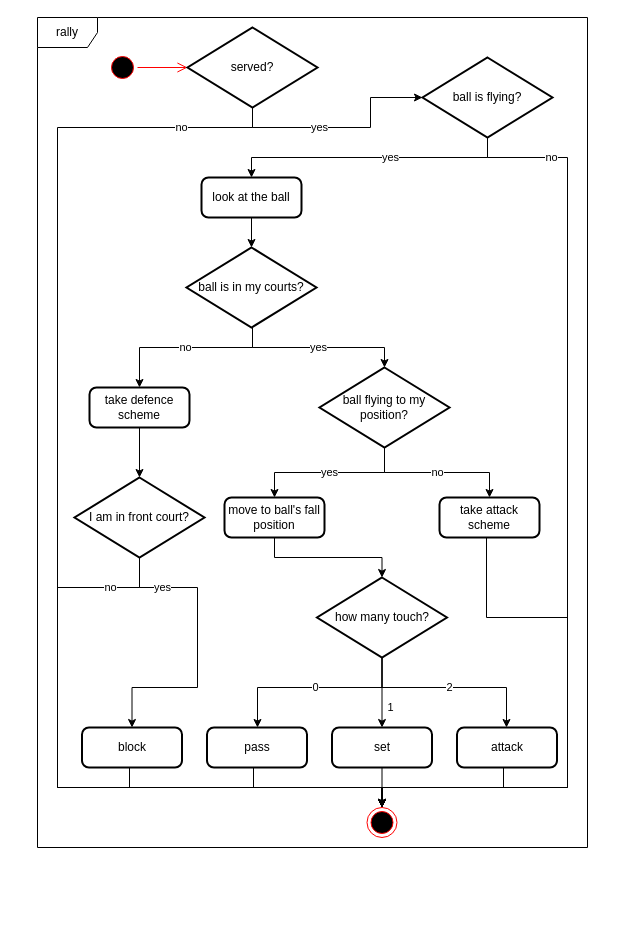
The draw.io diagram Project/Documentation/Diagrams/rally.drawio in mikymaione/Folie, before the edit. Source tidied: cells renumbered, new cells numbered last; positions are measured from the earlier drawing's top-left corner, leaving out a move shared by most shapes. Both pictures are drawn from the tidied source at 100%, with x=0, y=0 at pixel (37, 17).
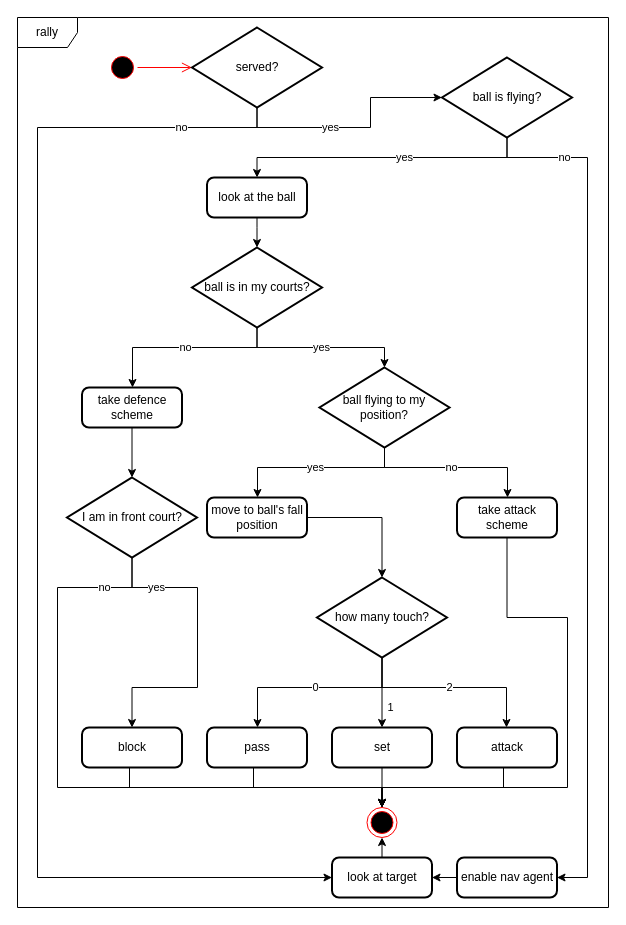
The same diagram, later.

The change refers to these unchanged cells:
```xml
<mxCell id="3" value="ball flying to my position?" style="strokeWidth=2;html=1;shape=mxgraph.flowchart.decision;whiteSpace=wrap;" parent="1" vertex="1">
  <mxGeometry x="282" y="350" width="130" height="80" as="geometry" />
</mxCell>
<mxCell id="22" value="block" style="rounded=1;whiteSpace=wrap;html=1;absoluteArcSize=1;arcSize=14;strokeWidth=2;" parent="1" vertex="1">
  <mxGeometry x="44.5" y="710" width="100" height="40" as="geometry" />
</mxCell>
<mxCell id="40" style="ellipse;html=1;shape=endState;fillColor=#000000;strokeColor=#ff0000;" parent="1" vertex="1">
  <mxGeometry x="329.5" y="790" width="30" height="30" as="geometry" />
</mxCell>
```

The edit, as a diff of the source:
```diff
@@
     <mxCell id="2" value="rally" style="shape=umlFrame;whiteSpace=wrap;html=1;" parent="1" vertex="1">
-      <mxGeometry width="550" height="830" as="geometry" />
+      <mxGeometry x="-20" width="591" height="890" as="geometry" />
     </mxCell>
@@
     <mxCell id="4" value="take defence scheme" style="rounded=1;whiteSpace=wrap;html=1;absoluteArcSize=1;arcSize=14;strokeWidth=2;" parent="1" vertex="1">
-      <mxGeometry x="52" y="370" width="100" height="40" as="geometry" />
+      <mxGeometry x="44.5" y="370" width="100" height="40" as="geometry" />
     </mxCell>
     <mxCell id="5" value="move to ball's fall position" style="rounded=1;whiteSpace=wrap;html=1;absoluteArcSize=1;arcSize=14;strokeWidth=2;" parent="1" vertex="1">
-      <mxGeometry x="187" y="480" width="100" height="40" as="geometry" />
+      <mxGeometry x="169.5" y="480" width="100" height="40" as="geometry" />
     </mxCell>
@@
     <mxCell id="14" value="yes" style="endArrow=classic;html=1;rounded=0;edgeStyle=orthogonalEdgeStyle;" parent="1" edge="1" source="3" target="5">
-      <mxGeometry relative="1" as="geometry" />
+      <mxGeometry relative="1" as="geometry">
+        <Array as="points">
+          <mxPoint x="347" y="450" />
+          <mxPoint x="220" y="450" />
+        </Array>
+      </mxGeometry>
     </mxCell>
     <mxCell id="15" value="ball is in my courts?" style="strokeWidth=2;html=1;shape=mxgraph.flowchart.decision;whiteSpace=wrap;" parent="1" vertex="1">
-      <mxGeometry x="149" y="230" width="130" height="80" as="geometry" />
+      <mxGeometry x="154.5" y="230" width="130" height="80" as="geometry" />
     </mxCell>
     <mxCell id="16" value="yes" style="endArrow=classic;html=1;rounded=0;edgeStyle=orthogonalEdgeStyle;" parent="1" edge="1" source="15" target="3">
-      <mxGeometry relative="1" as="geometry">
-        <Array as="points">
-          <mxPoint x="215" y="330" />
-          <mxPoint x="347" y="330" />
-        </Array>
-      </mxGeometry>
+      <mxGeometry relative="1" as="geometry" />
     </mxCell>
     <mxCell id="17" value="no" style="endArrow=classic;html=1;edgeStyle=orthogonalEdgeStyle;rounded=0;" parent="1" edge="1" source="15" target="4">
       <mxGeometry relative="1" as="geometry">
         <Array as="points">
-          <mxPoint x="215" y="330" />
-          <mxPoint x="102" y="330" />
+          <mxPoint x="219" y="330" />
+          <mxPoint x="95" y="330" />
         </Array>
       </mxGeometry>
     </mxCell>
     <mxCell id="18" value="take attack scheme" style="rounded=1;whiteSpace=wrap;html=1;absoluteArcSize=1;arcSize=14;strokeWidth=2;" parent="1" vertex="1">
-      <mxGeometry x="402" y="480" width="100" height="40" as="geometry" />
+      <mxGeometry x="419.5" y="480" width="100" height="40" as="geometry" />
     </mxCell>
     <mxCell id="19" value="no" style="endArrow=classic;html=1;rounded=0;edgeStyle=orthogonalEdgeStyle;" parent="1" edge="1" source="3" target="18">
-      <mxGeometry relative="1" as="geometry" />
+      <mxGeometry relative="1" as="geometry">
+        <Array as="points">
+          <mxPoint x="347" y="450" />
+          <mxPoint x="470" y="450" />
+        </Array>
+      </mxGeometry>
     </mxCell>
     <mxCell id="20" value="I am in front court?" style="strokeWidth=2;html=1;shape=mxgraph.flowchart.decision;whiteSpace=wrap;" parent="1" vertex="1">
-      <mxGeometry x="37" y="460" width="130" height="80" as="geometry" />
+      <mxGeometry x="29.5" y="460" width="130" height="80" as="geometry" />
     </mxCell>
@@
     <mxCell id="23" value="yes" style="endArrow=classic;html=1;rounded=0;edgeStyle=orthogonalEdgeStyle;exitX=0.5;exitY=1;exitDx=0;exitDy=0;exitPerimeter=0;entryX=0.5;entryY=0;entryDx=0;entryDy=0;" parent="1" edge="1" source="20" target="22">
       <mxGeometry x="-0.64" relative="1" as="geometry">
         <Array as="points">
-          <mxPoint x="102" y="570" />
+          <mxPoint x="95" y="570" />
           <mxPoint x="160" y="570" />
           <mxPoint x="160" y="670" />
           <mxPoint x="95" y="670" />
         </Array>
       </mxGeometry>
     </mxCell>
@@
     <mxCell id="28" style="endArrow=classic;html=1;rounded=0;edgeStyle=orthogonalEdgeStyle;entryX=0.5;entryY=0;entryDx=0;entryDy=0;" parent="1" edge="1" source="18" target="40">
       <mxGeometry relative="1" as="geometry">
         <Array as="points">
-          <mxPoint x="449" y="600" />
+          <mxPoint x="470" y="600" />
           <mxPoint x="530" y="600" />
           <mxPoint x="530" y="770" />
           <mxPoint x="345" y="770" />
         </Array>
       </mxGeometry>
     </mxCell>
@@
     <mxCell id="31" value="ball is flying?" style="strokeWidth=2;html=1;shape=mxgraph.flowchart.decision;whiteSpace=wrap;" parent="1" vertex="1">
-      <mxGeometry x="385" y="40" width="130" height="80" as="geometry" />
+      <mxGeometry x="404.5" y="40" width="130" height="80" as="geometry" />
     </mxCell>
@@
     <mxCell id="33" value="look at the ball" style="rounded=1;whiteSpace=wrap;html=1;absoluteArcSize=1;arcSize=14;strokeWidth=2;" parent="1" vertex="1">
-      <mxGeometry x="164" y="160" width="100" height="40" as="geometry" />
+      <mxGeometry x="169.5" y="160" width="100" height="40" as="geometry" />
     </mxCell>
     <mxCell id="34" style="endArrow=classic;html=1;edgeStyle=orthogonalEdgeStyle;rounded=0;exitX=0.5;exitY=1;exitDx=0;exitDy=0;" parent="1" edge="1" source="33" target="15">
-      <mxGeometry relative="1" as="geometry" />
+      <mxGeometry relative="1" as="geometry">
+        <Array as="points">
+          <mxPoint x="220" y="210" />
+          <mxPoint x="220" y="210" />
+        </Array>
+      </mxGeometry>
     </mxCell>
     <mxCell id="35" value="served?" style="strokeWidth=2;html=1;shape=mxgraph.flowchart.decision;whiteSpace=wrap;" parent="1" vertex="1">
-      <mxGeometry x="150" y="10" width="130" height="80" as="geometry" />
+      <mxGeometry x="154.5" y="10" width="130" height="80" as="geometry" />
     </mxCell>
     <mxCell id="36" value="yes" style="endArrow=classic;html=1;rounded=0;edgeStyle=orthogonalEdgeStyle;exitX=0.5;exitY=1;exitDx=0;exitDy=0;exitPerimeter=0;entryX=0;entryY=0.5;entryDx=0;entryDy=0;entryPerimeter=0;" parent="1" edge="1" source="35" target="31">
       <mxGeometry x="-0.21" relative="1" as="geometry">
         <Array as="points">
-          <mxPoint x="215" y="110" />
+          <mxPoint x="219" y="110" />
           <mxPoint x="333" y="110" />
           <mxPoint x="333" y="80" />
         </Array>
       </mxGeometry>
     </mxCell>
-    <mxCell id="37" value="no" style="endArrow=classic;html=1;rounded=0;edgeStyle=orthogonalEdgeStyle;exitX=0.5;exitY=1;exitDx=0;exitDy=0;exitPerimeter=0;entryX=0.5;entryY=0;entryDx=0;entryDy=0;" parent="1" edge="1" source="35" target="40">
+    <mxCell id="37" value="no" style="endArrow=classic;html=1;rounded=0;edgeStyle=orthogonalEdgeStyle;exitX=0.5;exitY=1;exitDx=0;exitDy=0;exitPerimeter=0;" parent="1" edge="1" source="35" target="41">
       <mxGeometry x="-0.85" relative="1" as="geometry">
         <Array as="points">
-          <mxPoint x="215" y="110" />
-          <mxPoint x="20" y="110" />
-          <mxPoint x="20" y="770" />
-          <mxPoint x="345" y="770" />
+          <mxPoint x="219" y="110" />
+          <mxPoint y="110" />
+          <mxPoint y="860" />
         </Array>
       </mxGeometry>
     </mxCell>
-    <mxCell id="38" value="no" style="endArrow=classic;html=1;rounded=0;edgeStyle=orthogonalEdgeStyle;exitX=0.5;exitY=1;exitDx=0;exitDy=0;exitPerimeter=0;entryX=0.5;entryY=0;entryDx=0;entryDy=0;" parent="1" edge="1" source="31" target="40">
+    <mxCell id="38" value="no" style="endArrow=classic;html=1;rounded=0;edgeStyle=orthogonalEdgeStyle;exitX=0.5;exitY=1;exitDx=0;exitDy=0;exitPerimeter=0;" parent="1" edge="1" source="31" target="43">
       <mxGeometry x="-0.82" relative="1" as="geometry">
         <Array as="points">
-          <mxPoint x="450" y="140" />
-          <mxPoint x="530" y="140" />
-          <mxPoint x="530" y="770" />
-          <mxPoint x="345" y="770" />
+          <mxPoint x="470" y="140" />
+          <mxPoint x="550" y="140" />
+          <mxPoint x="550" y="860" />
         </Array>
       </mxGeometry>
     </mxCell>
     <mxCell id="39" value="no" style="endArrow=classic;html=1;rounded=0;edgeStyle=orthogonalEdgeStyle;exitX=0.5;exitY=1;exitDx=0;exitDy=0;exitPerimeter=0;entryX=0.5;entryY=0;entryDx=0;entryDy=0;" parent="1" edge="1" source="20" target="40">
       <mxGeometry x="-0.82" relative="1" as="geometry">
         <Array as="points">
-          <mxPoint x="102" y="570" />
+          <mxPoint x="95" y="570" />
           <mxPoint x="20" y="570" />
           <mxPoint x="20" y="770" />
           <mxPoint x="344" y="770" />
         </Array>
       </mxGeometry>
     </mxCell>
@@
+    <mxCell id="41" value="look at target" style="rounded=1;whiteSpace=wrap;html=1;absoluteArcSize=1;arcSize=14;strokeWidth=2;" parent="1" vertex="1">
+      <mxGeometry x="294.5" y="840" width="100" height="40" as="geometry" />
+    </mxCell>
+    <mxCell id="42" style="endArrow=classic;html=1;rounded=0;edgeStyle=orthogonalEdgeStyle;" parent="1" edge="1" source="41" target="40">
+      <mxGeometry relative="1" as="geometry" />
+    </mxCell>
+    <mxCell id="43" value="enable nav agent" style="rounded=1;whiteSpace=wrap;html=1;absoluteArcSize=1;arcSize=14;strokeWidth=2;" parent="1" vertex="1">
+      <mxGeometry x="419.5" y="840" width="100" height="40" as="geometry" />
+    </mxCell>
+    <mxCell id="44" style="endArrow=classic;html=1;rounded=0;edgeStyle=orthogonalEdgeStyle;" parent="1" edge="1" source="43" target="41">
+      <mxGeometry relative="1" as="geometry" />
+    </mxCell>
```
